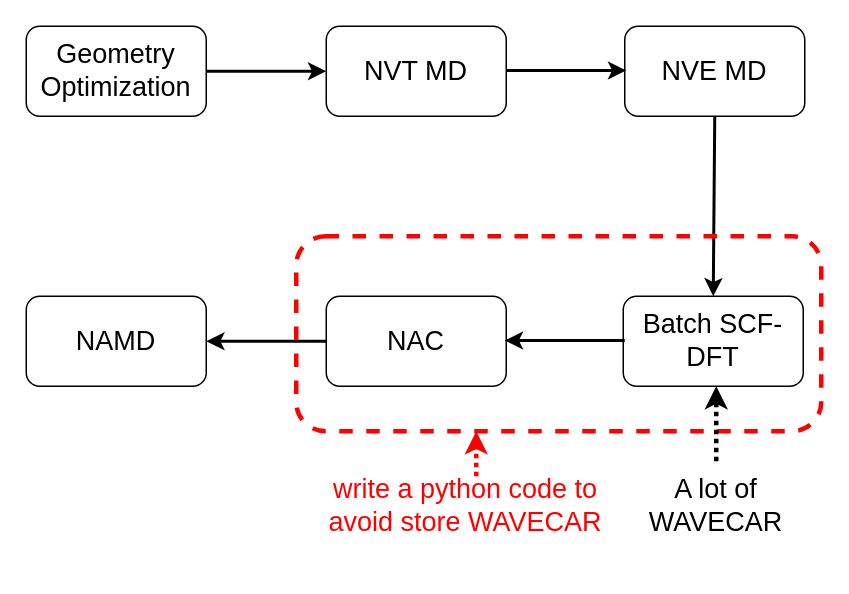
Earlier version of the draw.io diagram namd_ill.drawio (FanGuozheng/dftbpy). Source tidied: cells renumbered, new cells numbered last; positions are measured from the earlier drawing's top-left corner, leaving out a move shared by most shapes. Both pictures are drawn from the tidied source at 150%, with x=0, y=0 at pixel (26, 26).
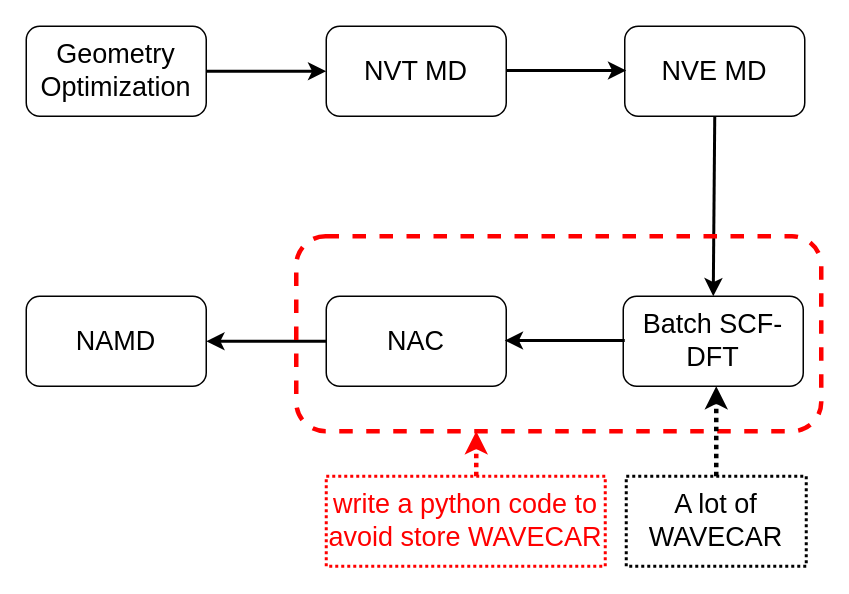
The same page after the edit.

The edit, as a diff of the source:
```diff
@@
-    <mxCell id="14" value="&lt;font style=&quot;font-size: 18px;&quot;&gt;A lot of WAVECAR&lt;/font&gt;" style="rounded=0;whiteSpace=wrap;html=1;strokeColor=none;" parent="1" vertex="1">
-      <mxGeometry x="400" y="290" width="120" height="60" as="geometry" />
+    <mxCell id="14" value="&lt;font style=&quot;font-size: 18px;&quot;&gt;A lot of WAVECAR&lt;/font&gt;" style="rounded=0;whiteSpace=wrap;html=1;strokeColor=default;dashed=1;dashPattern=1 1;strokeWidth=2;" parent="1" vertex="1">
+      <mxGeometry x="400" y="300" width="120" height="60" as="geometry" />
     </mxCell>
@@
-    <mxCell id="16" value="&lt;font style=&quot;font-size: 18px;&quot;&gt;write a python code to avoid store WAVECAR&lt;/font&gt;" style="rounded=0;whiteSpace=wrap;html=1;strokeColor=none;fontColor=#FF0000;" parent="1" vertex="1">
-      <mxGeometry x="200" y="290" width="186" height="60" as="geometry" />
+    <mxCell id="16" value="&lt;font style=&quot;font-size: 18px;&quot;&gt;write a python code to avoid store WAVECAR&lt;/font&gt;" style="rounded=0;whiteSpace=wrap;html=1;strokeColor=#FF0000;fontColor=#FF0000;dashed=1;dashPattern=1 1;strokeWidth=2;" parent="1" vertex="1">
+      <mxGeometry x="200" y="300" width="186" height="60" as="geometry" />
     </mxCell>
```
